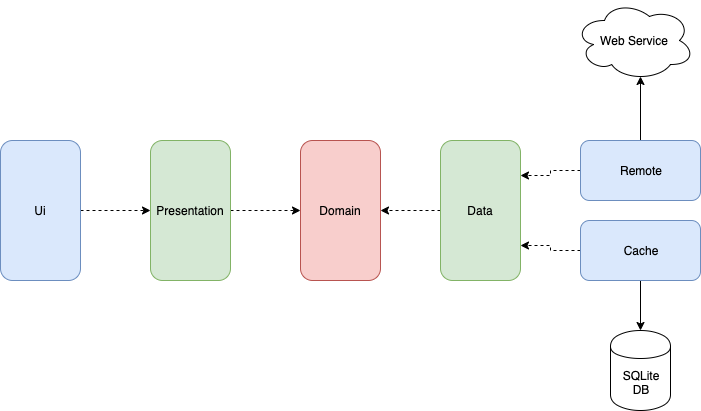
4mr0m3r0/movies-mvi-sample keeps this draw.io diagram as screenshots/clean-architecture-by-layer.png. Above is the earlier version. Source tidied: cells renumbered, new cells last; positions are measured from the earlier drawing's top-left corner, leaving out a move shared by most shapes.
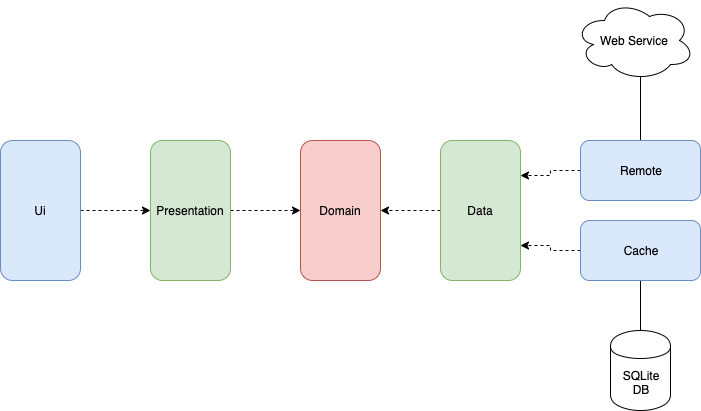
Above is the later version.

Diff of the diagram source:
```diff
@@ -5,7 +5,7 @@
     <mxCell id="2" style="edgeStyle=orthogonalEdgeStyle;rounded=0;jettySize=auto;html=1;entryX=1;entryY=0.25;entryDx=0;entryDy=0;dashed=1;" parent="1" edge="1" source="4" target="9">
       <mxGeometry relative="1" as="geometry" />
     </mxCell>
-    <mxCell id="3" style="edgeStyle=orthogonalEdgeStyle;rounded=0;jettySize=auto;html=1;entryX=0.55;entryY=0.95;entryDx=0;entryDy=0;entryPerimeter=0;startArrow=none;startFill=0;endArrow=classic;endFill=1;" parent="1" edge="1" source="4" target="15">
+    <mxCell id="3" style="edgeStyle=orthogonalEdgeStyle;rounded=0;jettySize=auto;html=1;entryX=0.55;entryY=0.95;entryDx=0;entryDy=0;entryPerimeter=0;startArrow=none;startFill=0;endArrow=none;endFill=0;" parent="1" edge="1" source="4" target="15">
       <mxGeometry relative="1" as="geometry" />
     </mxCell>
     <mxCell id="4" value="Remote" style="rounded=1;whiteSpace=wrap;html=1;fillColor=#dae8fc;strokeColor=#6c8ebf;" parent="1" vertex="1">
@@ -14,7 +14,7 @@
     <mxCell id="5" style="edgeStyle=orthogonalEdgeStyle;rounded=0;jettySize=auto;html=1;entryX=1;entryY=0.75;entryDx=0;entryDy=0;dashed=1;" parent="1" edge="1" source="7" target="9">
       <mxGeometry relative="1" as="geometry" />
     </mxCell>
-    <mxCell id="6" style="edgeStyle=orthogonalEdgeStyle;rounded=0;jettySize=auto;html=1;entryX=0.5;entryY=0;entryDx=0;entryDy=0;endArrow=classic;endFill=1;" parent="1" edge="1" source="7" target="16">
+    <mxCell id="6" style="edgeStyle=orthogonalEdgeStyle;rounded=0;jettySize=auto;html=1;entryX=0.5;entryY=0;entryDx=0;entryDy=0;endArrow=none;endFill=0;" parent="1" edge="1" source="7" target="16">
       <mxGeometry relative="1" as="geometry" />
     </mxCell>
     <mxCell id="7" value="Cache" style="rounded=1;whiteSpace=wrap;html=1;fillColor=#dae8fc;strokeColor=#6c8ebf;" parent="1" vertex="1">
```
